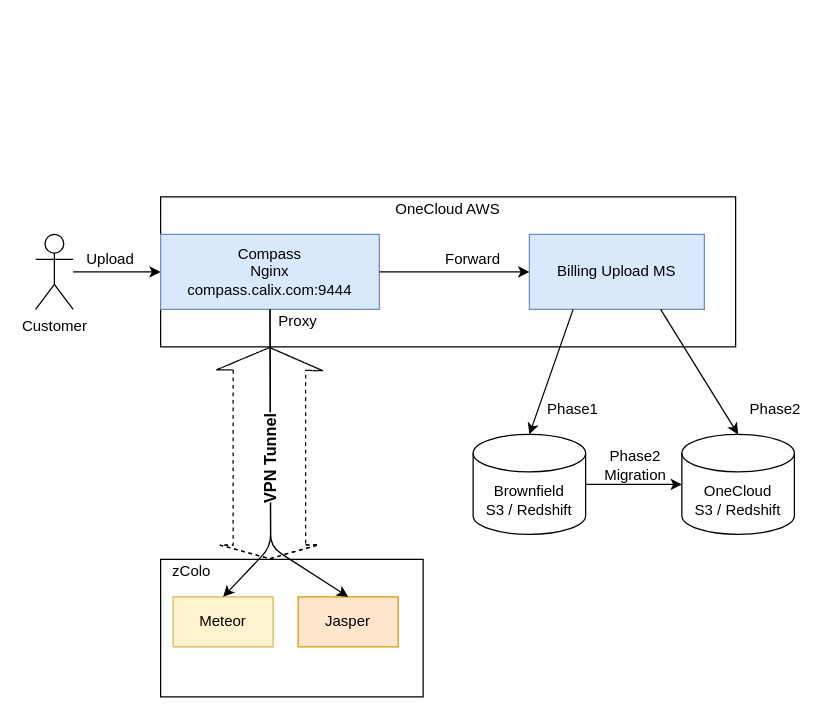
Earlier version of the draw.io diagram billing-upload-design.drawio (meggarr/my-draws). Source tidied: cells renumbered, new cells numbered last; positions are measured from the earlier drawing's top-left corner, leaving out a move shared by most shapes. Both pictures are drawn from the tidied source at 125%, with x=0, y=0 at pixel (35, 196).
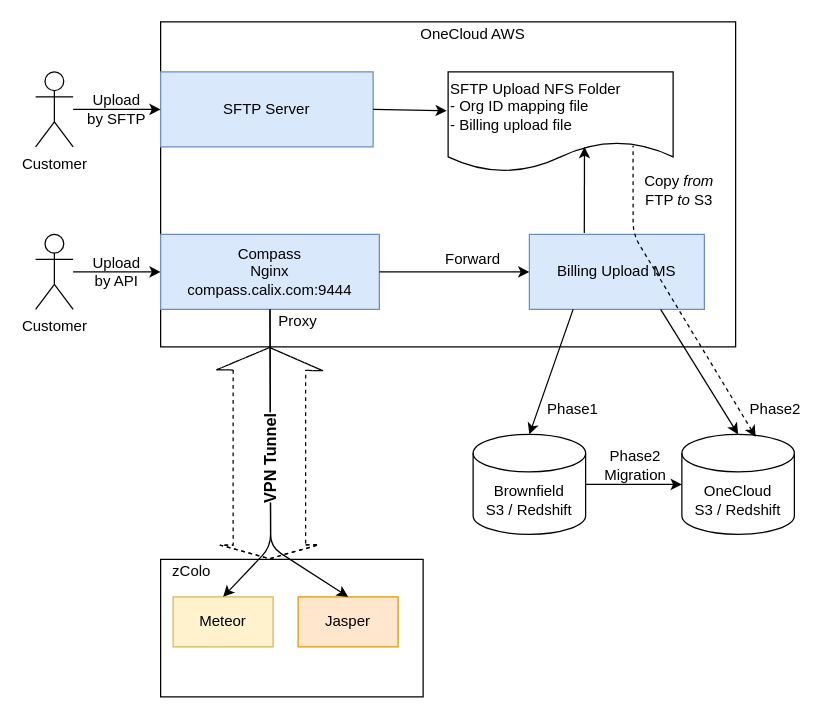
Above is the later version.

Unchanged cells that the change refers to:
```xml
<mxCell id="5" value="Billing Upload MS" style="rounded=0;whiteSpace=wrap;html=1;fillColor=#dae8fc;strokeColor=#6c8ebf;" parent="1" vertex="1">
  <mxGeometry x="395" y="30" width="140" height="60" as="geometry" />
</mxCell>
<mxCell id="6" value="&lt;div&gt;OneCloud&lt;/div&gt;&lt;div&gt;S3 / Redshift&lt;br&gt;&lt;/div&gt;" style="shape=cylinder3;whiteSpace=wrap;html=1;boundedLbl=1;backgroundOutline=1;size=15;" parent="1" vertex="1">
  <mxGeometry x="517" y="190" width="90" height="80" as="geometry" />
</mxCell>
```

Diff of the diagram source:
```diff
@@
     <mxCell id="2" style="rounded=0;whiteSpace=wrap;html=1;align=left;" parent="1" vertex="1">
-      <mxGeometry x="100" width="460" height="120" as="geometry" />
+      <mxGeometry x="100" y="-140" width="460" height="260" as="geometry" />
     </mxCell>
@@
     <mxCell id="4" value="OneCloud AWS" style="text;html=1;strokeColor=none;fillColor=none;align=center;verticalAlign=middle;whiteSpace=wrap;rounded=0;" parent="1" vertex="1">
-      <mxGeometry x="275" width="110" height="20" as="geometry" />
+      <mxGeometry x="295" y="-140" width="110" height="20" as="geometry" />
     </mxCell>
@@
-    <mxCell id="15" value="Upload" style="text;html=1;strokeColor=none;fillColor=none;align=center;verticalAlign=middle;whiteSpace=wrap;rounded=0;" parent="1" vertex="1">
-      <mxGeometry x="40" y="40" width="40" height="20" as="geometry" />
+    <mxCell id="15" value="Upload by API" style="text;html=1;strokeColor=none;fillColor=none;align=center;verticalAlign=middle;whiteSpace=wrap;rounded=0;" parent="1" vertex="1">
+      <mxGeometry x="40" y="50" width="50" height="20" as="geometry" />
     </mxCell>
@@
+    <mxCell id="28" value="SFTP Server" style="rounded=0;whiteSpace=wrap;html=1;fillColor=#dae8fc;strokeColor=#6c8ebf;" parent="1" vertex="1">
+      <mxGeometry x="100" y="-100" width="170" height="60" as="geometry" />
+    </mxCell>
+    <mxCell id="29" value="&lt;div&gt;SFTP Upload NFS Folder&lt;/div&gt;&lt;div&gt;- Org ID mapping file&lt;/div&gt;&lt;div&gt;- Billing upload file&lt;br&gt;&lt;/div&gt;" style="shape=document;whiteSpace=wrap;html=1;boundedLbl=1;align=left;verticalAlign=top;" parent="1" vertex="1">
+      <mxGeometry x="330" y="-100" width="180" height="80" as="geometry" />
+    </mxCell>
+    <mxCell id="30" value="&lt;div&gt;Customer&lt;/div&gt;" style="shape=umlActor;verticalLabelPosition=bottom;verticalAlign=top;html=1;outlineConnect=0;" parent="1" vertex="1">
+      <mxGeometry y="-100" width="30" height="60" as="geometry" />
+    </mxCell>
+    <mxCell id="31" style="endArrow=classic;html=1;entryX=0;entryY=0.5;entryDx=0;entryDy=0;" parent="1" edge="1" source="30">
+      <mxGeometry relative="1" as="geometry">
+        <mxPoint x="100" y="-70" as="targetPoint" />
+      </mxGeometry>
+    </mxCell>
+    <mxCell id="32" value="&lt;div&gt;Upload by SFTP&lt;/div&gt;" style="text;html=1;strokeColor=none;fillColor=none;align=center;verticalAlign=middle;whiteSpace=wrap;rounded=0;" parent="1" vertex="1">
+      <mxGeometry x="40" y="-80" width="50" height="20" as="geometry" />
+    </mxCell>
+    <mxCell id="33" style="endArrow=classic;html=1;entryX=-0.006;entryY=0.388;entryDx=0;entryDy=0;entryPerimeter=0;exitX=1;exitY=0.5;exitDx=0;exitDy=0;" parent="1" edge="1" source="28" target="29">
+      <mxGeometry relative="1" as="geometry" />
+    </mxCell>
+    <mxCell id="34" style="endArrow=classic;html=1;entryX=0.606;entryY=0.75;entryDx=0;entryDy=0;entryPerimeter=0;exitX=0.314;exitY=-0.017;exitDx=0;exitDy=0;exitPerimeter=0;" parent="1" edge="1" source="5" target="29">
+      <mxGeometry relative="1" as="geometry" />
+    </mxCell>
+    <mxCell id="35" style="endArrow=none;dashed=1;html=1;startArrow=classic;startFill=1;entryX=0.822;entryY=0.738;entryDx=0;entryDy=0;entryPerimeter=0;exitX=0.656;exitY=0.025;exitDx=0;exitDy=0;exitPerimeter=0;" parent="1" edge="1" source="6" target="29">
+      <mxGeometry relative="1" as="geometry">
+        <Array as="points">
+          <mxPoint x="478" y="30" />
+        </Array>
+      </mxGeometry>
+    </mxCell>
+    <mxCell id="36" value="Copy &lt;i&gt;from &lt;/i&gt;FTP &lt;i&gt;to &lt;/i&gt;S3" style="text;html=1;strokeColor=none;fillColor=none;align=center;verticalAlign=middle;whiteSpace=wrap;rounded=0;" parent="1" vertex="1">
+      <mxGeometry x="480" y="-20" width="70" height="30" as="geometry" />
+    </mxCell>
```
